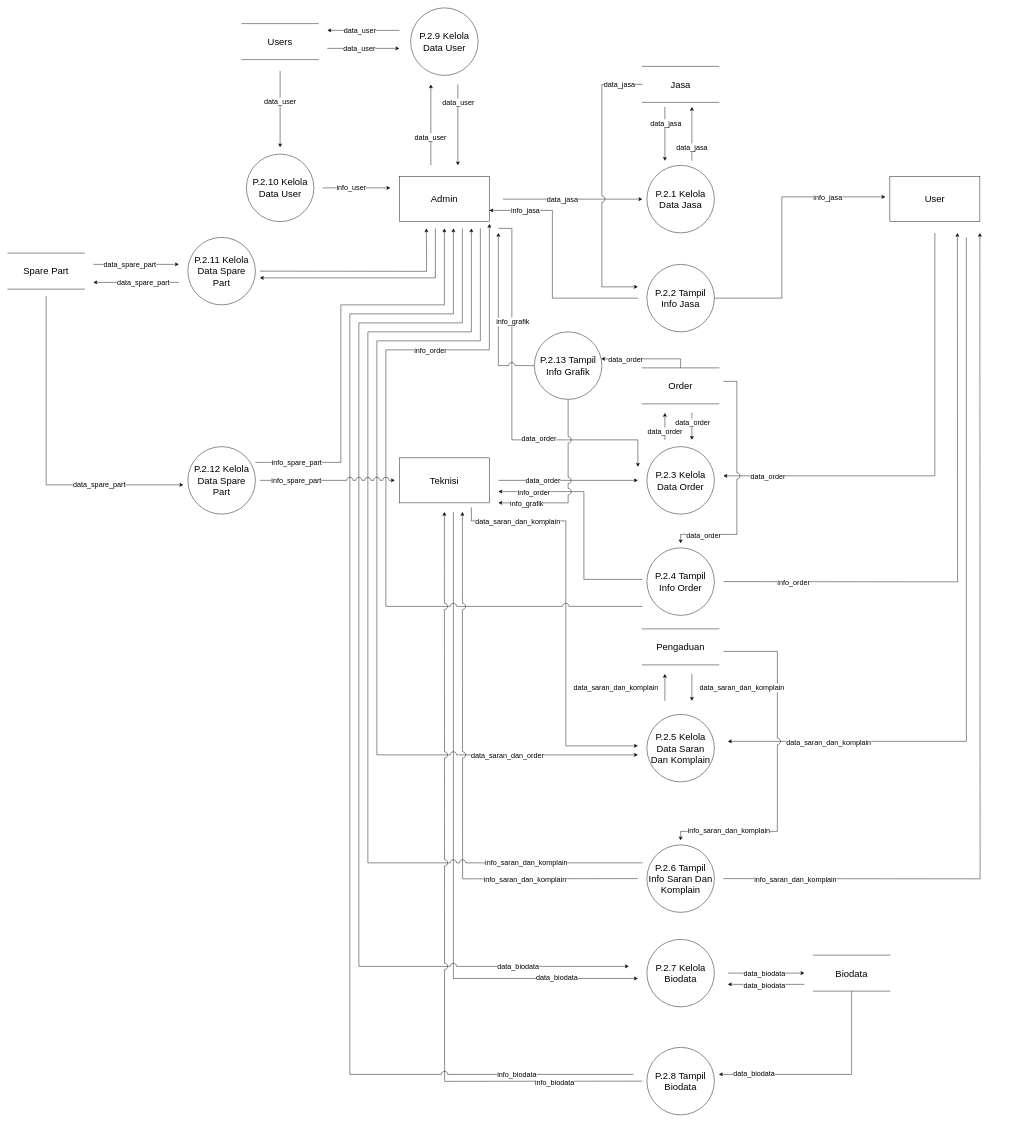
The draw.io diagram Data Flow Diagram Level 1 (Kelola Data).drawio in Naveigell/ta2, before the edit. Source tidied: cells renumbered, new cells numbered last; positions are measured from the earlier drawing's top-left corner, leaving out a move shared by most shapes. Both pictures are drawn from the tidied source at 45%, with x=0, y=0 at pixel (8, 8).
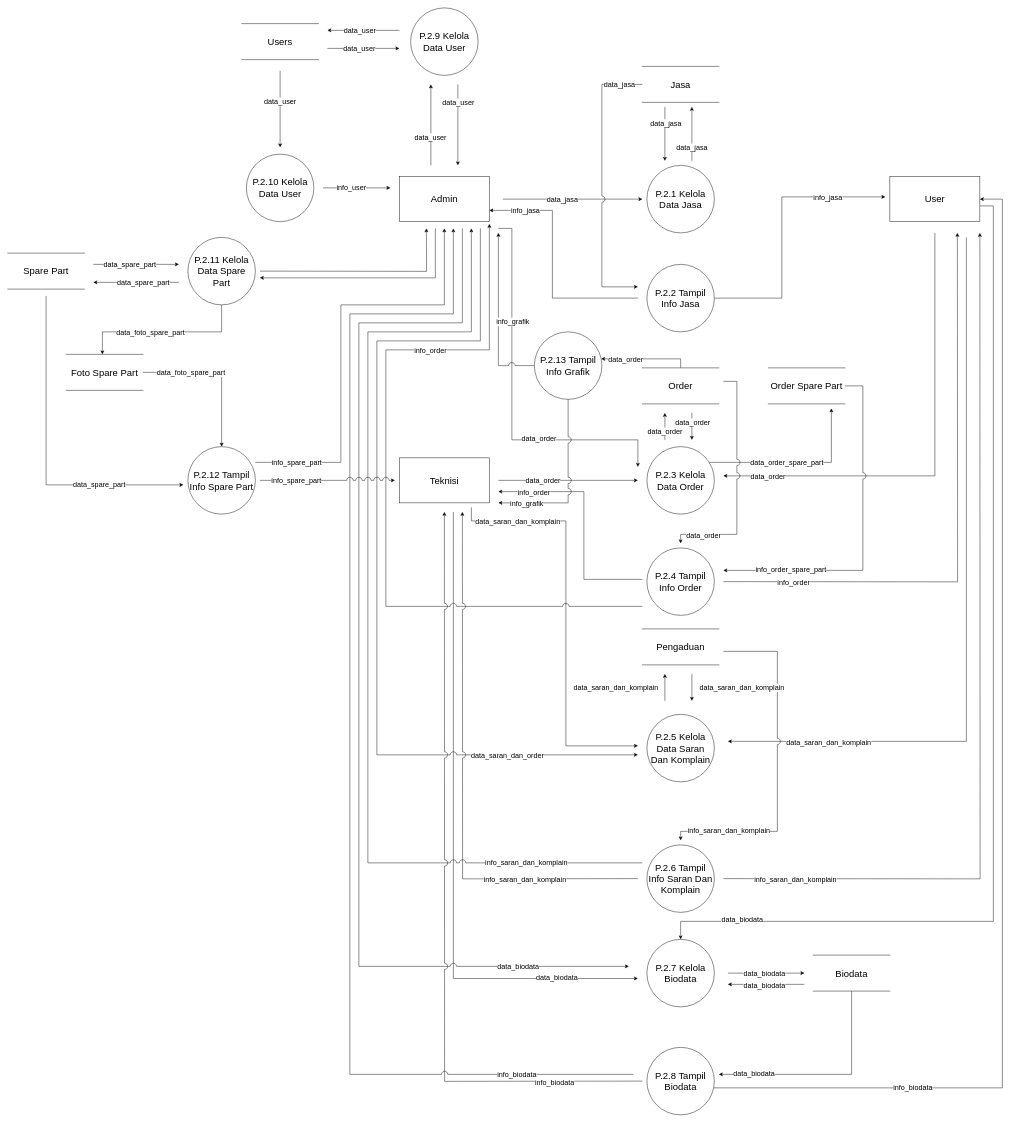
After the change.

The change refers to these unchanged cells:
```xml
<mxCell id="21" value="User" style="rounded=0;whiteSpace=wrap;html=1;fontSize=21;" parent="1" vertex="1">
  <mxGeometry x="1960" y="375" width="200" height="100" as="geometry" />
</mxCell>
<mxCell id="37" value="P.2.3 Kelola Data Order" style="ellipse;whiteSpace=wrap;html=1;fontSize=21;" parent="1" vertex="1">
  <mxGeometry x="1420" y="975" width="150" height="150" as="geometry" />
</mxCell>
<mxCell id="75" value="P.2.7 Kelola Biodata" style="ellipse;whiteSpace=wrap;html=1;fontSize=21;" parent="1" vertex="1">
  <mxGeometry x="1420" y="2070" width="150" height="150" as="geometry" />
</mxCell>
<mxCell id="85" value="P.2.8 Tampil Biodata" style="ellipse;whiteSpace=wrap;html=1;fontSize=21;" parent="1" vertex="1">
  <mxGeometry x="1420" y="2310" width="150" height="150" as="geometry" />
</mxCell>
<mxCell id="104" value="P.2.11 Kelola Data Spare Part" style="ellipse;whiteSpace=wrap;html=1;fontSize=21;" parent="1" vertex="1">
  <mxGeometry x="400" y="510" width="150" height="150" as="geometry" />
</mxCell>
```

The edit, as a diff of the source:
```diff
@@
+    <mxCell id="116" style="edgeStyle=orthogonalEdgeStyle;rounded=0;jumpStyle=arc;jumpSize=14;jettySize=auto;html=1;fontSize=16;" parent="1" edge="1" source="85" target="21">
+      <mxGeometry relative="1" as="geometry">
+        <Array as="points">
+          <mxPoint x="2210" y="2400" />
+          <mxPoint x="2210" y="425" />
+        </Array>
+      </mxGeometry>
+    </mxCell>
+    <mxCell id="117" value="info_biodata" style="edgeLabel;html=1;align=center;verticalAlign=middle;fontSize=16;" parent="116" vertex="1">
+      <mxGeometry x="0.75" y="-1" relative="1" as="geometry">
+        <mxPoint x="-201" y="1691" as="offset" />
+      </mxGeometry>
+    </mxCell>
+    <mxCell id="118" style="edgeStyle=orthogonalEdgeStyle;rounded=0;jumpStyle=arc;jumpSize=14;jettySize=auto;html=1;fontSize=16;" parent="1" edge="1" source="21" target="75">
+      <mxGeometry relative="1" as="geometry">
+        <Array as="points">
+          <mxPoint x="2190" y="440" />
+          <mxPoint x="2190" y="2030" />
+          <mxPoint x="1495" y="2030" />
+        </Array>
+      </mxGeometry>
+    </mxCell>
+    <mxCell id="119" value="data_biodata" style="edgeLabel;html=1;align=center;verticalAlign=middle;fontSize=16;" parent="118" vertex="1">
+      <mxGeometry x="0.85" y="-6" relative="1" as="geometry">
+        <mxPoint x="-1" as="offset" />
+      </mxGeometry>
+    </mxCell>
@@
+    <mxCell id="120" style="edgeStyle=orthogonalEdgeStyle;rounded=0;jettySize=auto;html=1;" parent="1" edge="1" source="37">
+      <mxGeometry relative="1" as="geometry">
+        <mxPoint x="1830" y="890" as="targetPoint" />
+        <Array as="points">
+          <mxPoint x="1830" y="1010" />
+          <mxPoint x="1830" y="890" />
+        </Array>
+      </mxGeometry>
+    </mxCell>
+    <mxCell id="121" value="data_order_spare_part" style="edgeLabel;html=1;align=center;verticalAlign=middle;fontSize=16;" parent="120" vertex="1">
+      <mxGeometry x="-0.42" relative="1" as="geometry">
+        <mxPoint x="58" as="offset" />
+      </mxGeometry>
+    </mxCell>
@@
+    <mxCell id="122" style="edgeStyle=orthogonalEdgeStyle;rounded=0;jumpStyle=arc;jumpSize=14;jettySize=auto;html=1;fontSize=16;" parent="1" edge="1" source="104" target="129">
+      <mxGeometry relative="1" as="geometry">
+        <Array as="points">
+          <mxPoint x="475" y="720" />
+          <mxPoint x="210" y="720" />
+        </Array>
+      </mxGeometry>
+    </mxCell>
+    <mxCell id="123" value="data_foto_spare_part" style="edgeLabel;html=1;align=center;verticalAlign=middle;fontSize=16;" parent="122" vertex="1">
+      <mxGeometry x="0.3" relative="1" as="geometry">
+        <mxPoint x="25" as="offset" />
+      </mxGeometry>
+    </mxCell>
@@
-    <mxCell id="114" value="P.2.12 Kelola Data Spare Part" style="ellipse;whiteSpace=wrap;html=1;fontSize=21;" parent="1" vertex="1">
+    <mxCell id="114" value="P.2.12 Tampil Info Spare Part" style="ellipse;whiteSpace=wrap;html=1;fontSize=21;" parent="1" vertex="1">
       <mxGeometry x="400" y="975" width="150" height="150" as="geometry" />
     </mxCell>
@@
+    <mxCell id="124" style="edgeStyle=orthogonalEdgeStyle;rounded=0;jettySize=auto;html=1;fontSize=16;jumpStyle=arc;jumpSize=14;" parent="1" edge="1" source="126">
+      <mxGeometry relative="1" as="geometry">
+        <mxPoint x="1590" y="1250" as="targetPoint" />
+        <Array as="points">
+          <mxPoint x="1900" y="840" />
+          <mxPoint x="1900" y="1250" />
+        </Array>
+      </mxGeometry>
+    </mxCell>
+    <mxCell id="125" value="info_order_spare_part" style="edgeLabel;html=1;align=center;verticalAlign=middle;fontSize=16;" parent="124" vertex="1">
+      <mxGeometry x="0.8" y="-3" relative="1" as="geometry">
+        <mxPoint x="73" as="offset" />
+      </mxGeometry>
+    </mxCell>
+    <mxCell id="126" value="Order Spare Part" style="shape=partialRectangle;whiteSpace=wrap;html=1;left=0;right=0;fillColor=none;fontSize=21;" parent="1" vertex="1">
+      <mxGeometry x="1690" y="800" width="170" height="80" as="geometry" />
+    </mxCell>
+    <mxCell id="127" style="edgeStyle=orthogonalEdgeStyle;rounded=0;jumpStyle=arc;jumpSize=14;jettySize=auto;html=1;fontSize=16;" parent="1" edge="1" source="129" target="114">
+      <mxGeometry relative="1" as="geometry" />
+    </mxCell>
+    <mxCell id="128" value="data_foto_spare_part" style="edgeLabel;html=1;align=center;verticalAlign=middle;fontSize=16;" parent="127" vertex="1">
+      <mxGeometry x="-0.69" y="-1" relative="1" as="geometry">
+        <mxPoint x="53" y="-1" as="offset" />
+      </mxGeometry>
+    </mxCell>
+    <mxCell id="129" value="Foto Spare Part" style="shape=partialRectangle;whiteSpace=wrap;html=1;left=0;right=0;fillColor=none;fontSize=21;" parent="1" vertex="1">
+      <mxGeometry x="130" y="770" width="170" height="80" as="geometry" />
+    </mxCell>
```
